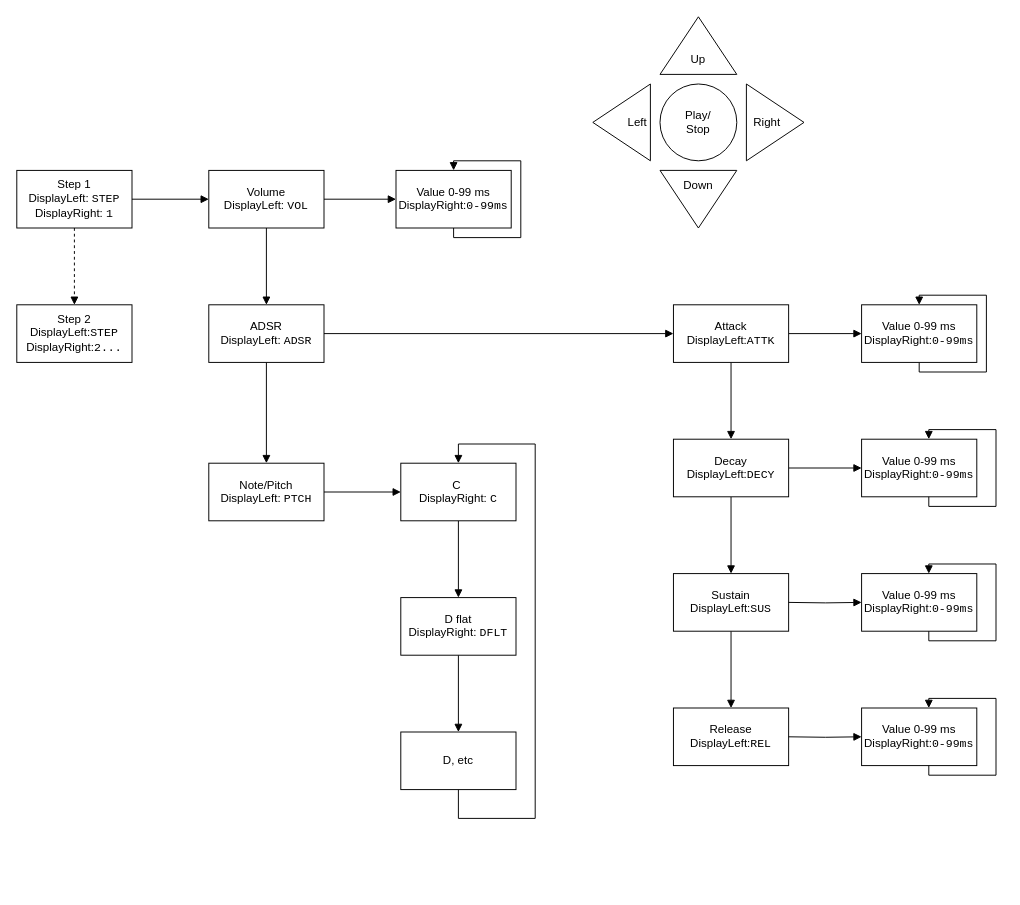
Earlier version of the draw.io diagram menu-flowchart/menuflowchart.drawio (nathaniel-drechsler/16-Step-Sequencer). Source tidied: cells renumbered, new cells numbered last; positions are measured from the earlier drawing's top-left corner, leaving out a move shared by most shapes. Both pictures are drawn from the tidied source at 96%, with x=0, y=0 at pixel (16, 16).
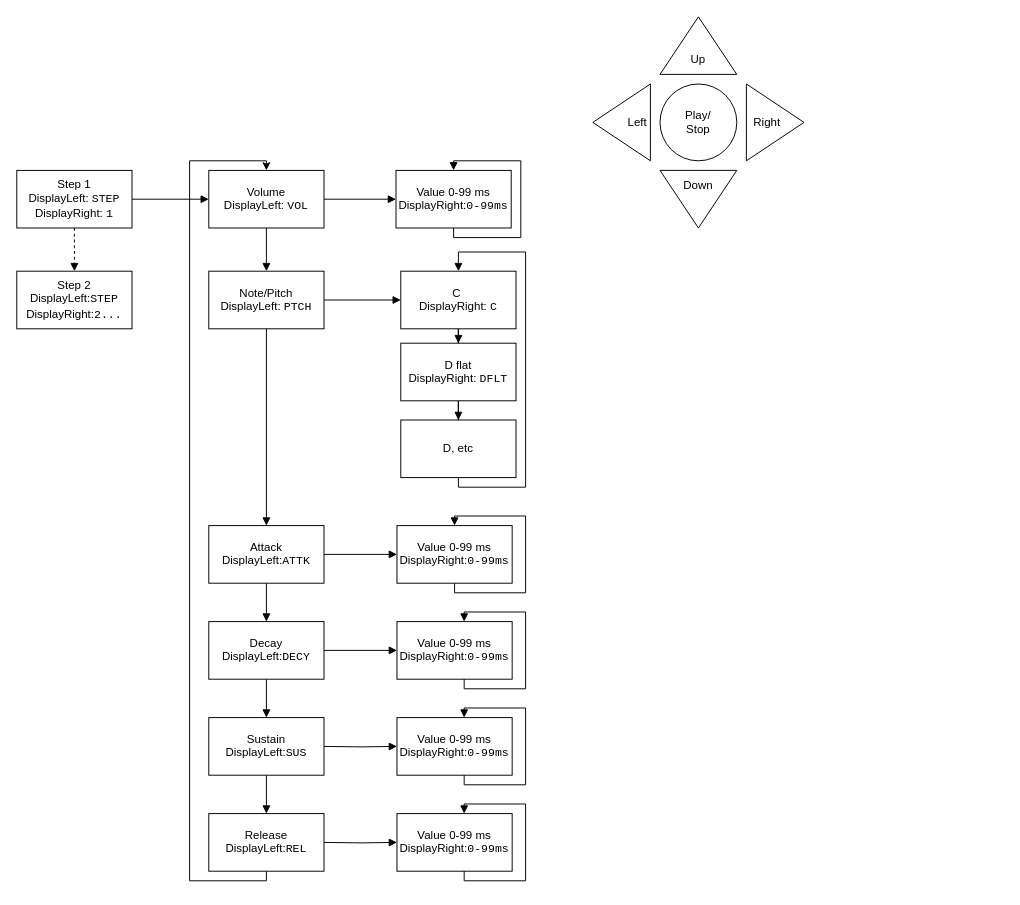
After the change.

Unchanged cells that the change refers to:
```xml
<mxCell id="7" value="Volume&lt;br&gt;DisplayLeft: &lt;font face=&quot;Courier New&quot;&gt;VOL&lt;/font&gt;&lt;br&gt;" style="rounded=0;whiteSpace=wrap;html=1;" parent="1" vertex="1">
  <mxGeometry x="200" y="160" width="120" height="60" as="geometry" />
</mxCell>
```

What changed in the source:
```diff
@@
-    <mxCell id="5" style="edgeStyle=orthogonalEdgeStyle;rounded=0;jettySize=auto;html=1;startArrow=none;startFill=0;endArrow=block;endFill=1;" parent="1" edge="1" source="7" target="10">
+    <mxCell id="5" style="edgeStyle=orthogonalEdgeStyle;rounded=0;jettySize=auto;html=1;startArrow=none;startFill=0;endArrow=block;endFill=1;entryX=0.5;entryY=0;entryDx=0;entryDy=0;" parent="1" edge="1" source="7" target="23">
       <mxGeometry relative="1" as="geometry" />
     </mxCell>
@@
-    <mxCell id="8" style="edgeStyle=orthogonalEdgeStyle;rounded=0;jettySize=auto;html=1;startArrow=none;startFill=0;endArrow=block;endFill=1;" parent="1" edge="1" source="10" target="23">
-      <mxGeometry relative="1" as="geometry" />
-    </mxCell>
-    <mxCell id="9" style="edgeStyle=orthogonalEdgeStyle;rounded=0;jettySize=auto;html=1;startArrow=none;startFill=0;endArrow=block;endFill=1;" parent="1" edge="1" source="10" target="13">
-      <mxGeometry relative="1" as="geometry" />
-    </mxCell>
-    <mxCell id="10" value="ADSR&lt;br&gt;DisplayLeft: &lt;font face=&quot;Courier New&quot;&gt;ADSR&lt;/font&gt;&lt;br&gt;" style="rounded=0;whiteSpace=wrap;html=1;" parent="1" vertex="1">
-      <mxGeometry x="200" y="300" width="120" height="60" as="geometry" />
-    </mxCell>
-    <mxCell id="11" style="edgeStyle=orthogonalEdgeStyle;rounded=0;jettySize=auto;html=1;startArrow=none;startFill=0;endArrow=block;endFill=1;" parent="1" edge="1" source="13" target="18">
-      <mxGeometry relative="1" as="geometry" />
-    </mxCell>
-    <mxCell id="12" style="edgeStyle=orthogonalEdgeStyle;rounded=0;jettySize=auto;html=1;startArrow=none;startFill=0;endArrow=block;endFill=1;" parent="1" edge="1" source="13" target="15">
-      <mxGeometry relative="1" as="geometry" />
-    </mxCell>
-    <mxCell id="13" value="Attack&lt;br&gt;DisplayLeft:&lt;font face=&quot;Courier New&quot;&gt;ATTK&lt;/font&gt;&lt;br&gt;" style="rounded=0;whiteSpace=wrap;html=1;" parent="1" vertex="1">
-      <mxGeometry x="684" y="300" width="120" height="60" as="geometry" />
-    </mxCell>
-    <mxCell id="14" style="edgeStyle=orthogonalEdgeStyle;rounded=0;orthogonalLoop=1;jettySize=auto;html=1;exitX=0.5;exitY=1;exitDx=0;exitDy=0;startArrow=none;startFill=0;endArrow=block;endFill=1;entryX=0.5;entryY=0;entryDx=0;entryDy=0;" parent="1" edge="1" source="15" target="15">
-      <mxGeometry relative="1" as="geometry">
-        <Array as="points">
-          <mxPoint x="940" y="370" />
-          <mxPoint x="1010" y="370" />
-          <mxPoint x="1010" y="290" />
-          <mxPoint x="940" y="290" />
-        </Array>
-      </mxGeometry>
-    </mxCell>
-    <mxCell id="15" value="Value 0-99 ms&lt;br&gt;DisplayRight:&lt;font face=&quot;Courier New&quot;&gt;0-99ms&lt;/font&gt;&lt;br&gt;" style="rounded=0;whiteSpace=wrap;html=1;" parent="1" vertex="1">
-      <mxGeometry x="880" y="300" width="120" height="60" as="geometry" />
-    </mxCell>
-    <mxCell id="16" style="edgeStyle=orthogonalEdgeStyle;rounded=0;jettySize=auto;html=1;startArrow=none;startFill=0;endArrow=block;endFill=1;" parent="1" edge="1" source="18" target="20">
-      <mxGeometry relative="1" as="geometry" />
-    </mxCell>
-    <mxCell id="17" style="edgeStyle=orthogonalEdgeStyle;rounded=0;jettySize=auto;html=1;startArrow=none;startFill=0;endArrow=block;endFill=1;entryX=0;entryY=0.5;entryDx=0;entryDy=0;" parent="1" edge="1" source="18" target="31">
-      <mxGeometry relative="1" as="geometry" />
-    </mxCell>
-    <mxCell id="18" value="Decay&lt;br&gt;DisplayLeft:&lt;font face=&quot;Courier New&quot;&gt;DECY&lt;/font&gt;&lt;br&gt;" style="rounded=0;whiteSpace=wrap;html=1;" parent="1" vertex="1">
-      <mxGeometry x="684" y="440" width="120" height="60" as="geometry" />
-    </mxCell>
-    <mxCell id="19" style="edgeStyle=orthogonalEdgeStyle;rounded=0;jettySize=auto;html=1;startArrow=none;startFill=0;endArrow=block;endFill=1;" parent="1" edge="1" source="20" target="21">
-      <mxGeometry relative="1" as="geometry" />
-    </mxCell>
-    <mxCell id="20" value="Sustain&lt;br&gt;DisplayLeft:&lt;font face=&quot;Courier New&quot;&gt;SUS&lt;/font&gt;&lt;br&gt;" style="rounded=0;whiteSpace=wrap;html=1;" parent="1" vertex="1">
-      <mxGeometry x="684" y="580" width="120" height="60" as="geometry" />
-    </mxCell>
-    <mxCell id="21" value="Release&lt;br&gt;DisplayLeft:&lt;font face=&quot;Courier New&quot;&gt;REL&lt;/font&gt;&lt;br&gt;" style="rounded=0;whiteSpace=wrap;html=1;" parent="1" vertex="1">
-      <mxGeometry x="684" y="720" width="120" height="60" as="geometry" />
-    </mxCell>
@@
     <mxCell id="23" value="Note/Pitch&lt;br&gt;DisplayLeft: &lt;font face=&quot;Courier New&quot;&gt;PTCH&lt;/font&gt;&lt;br&gt;" style="rounded=0;whiteSpace=wrap;html=1;" parent="1" vertex="1">
-      <mxGeometry x="200" y="465" width="120" height="60" as="geometry" />
+      <mxGeometry x="200" y="265" width="120" height="60" as="geometry" />
     </mxCell>
@@
     <mxCell id="25" value="C&amp;nbsp;&lt;br&gt;DisplayRight: &lt;font face=&quot;Courier New&quot;&gt;C&lt;/font&gt;" style="rounded=0;whiteSpace=wrap;html=1;" parent="1" vertex="1">
-      <mxGeometry x="400" y="465" width="120" height="60" as="geometry" />
+      <mxGeometry x="400" y="265" width="120" height="60" as="geometry" />
     </mxCell>
@@
     <mxCell id="27" value="D flat&lt;br&gt;DisplayRight: &lt;font face=&quot;Courier New&quot;&gt;DFLT&lt;/font&gt;&lt;br&gt;" style="rounded=0;whiteSpace=wrap;html=1;" parent="1" vertex="1">
-      <mxGeometry x="400" y="605" width="120" height="60" as="geometry" />
+      <mxGeometry x="400" y="340" width="120" height="60" as="geometry" />
     </mxCell>
     <mxCell id="28" style="edgeStyle=orthogonalEdgeStyle;rounded=0;jettySize=auto;html=1;startArrow=none;startFill=0;endArrow=block;endFill=1;entryX=0.5;entryY=0;entryDx=0;entryDy=0;" parent="1" edge="1" source="29" target="25">
       <mxGeometry relative="1" as="geometry">
         <Array as="points">
-          <mxPoint x="460" y="835" />
-          <mxPoint x="540" y="835" />
-          <mxPoint x="540" y="445" />
-          <mxPoint x="460" y="445" />
+          <mxPoint x="460" y="490" />
+          <mxPoint x="530" y="490" />
+          <mxPoint x="530" y="245" />
+          <mxPoint x="460" y="245" />
         </Array>
       </mxGeometry>
     </mxCell>
     <mxCell id="29" value="D, etc&lt;br&gt;" style="rounded=0;whiteSpace=wrap;html=1;" parent="1" vertex="1">
-      <mxGeometry x="400" y="745" width="120" height="60" as="geometry" />
+      <mxGeometry x="400" y="420" width="120" height="60" as="geometry" />
     </mxCell>
     <mxCell id="30" value="Step 2&lt;br&gt;DisplayLeft:&lt;font face=&quot;Courier New&quot;&gt;STEP&lt;/font&gt;&lt;br&gt;DisplayRight:&lt;font face=&quot;Courier New&quot;&gt;2...&lt;/font&gt;&lt;br&gt;" style="rounded=0;whiteSpace=wrap;html=1;" parent="1" vertex="1">
-      <mxGeometry y="300" width="120" height="60" as="geometry" />
+      <mxGeometry y="265" width="120" height="60" as="geometry" />
     </mxCell>
-    <mxCell id="31" value="Value 0-99 ms&lt;br&gt;DisplayRight:&lt;font face=&quot;Courier New&quot;&gt;0-99ms&lt;/font&gt;&lt;br&gt;" style="rounded=0;whiteSpace=wrap;html=1;" parent="1" vertex="1">
-      <mxGeometry x="880" y="440" width="120" height="60" as="geometry" />
-    </mxCell>
-    <mxCell id="32" style="edgeStyle=orthogonalEdgeStyle;rounded=0;jettySize=auto;html=1;startArrow=none;startFill=0;endArrow=block;endFill=1;" parent="1" edge="1" target="33">
-      <mxGeometry relative="1" as="geometry">
-        <mxPoint x="804" y="610" as="sourcePoint" />
-      </mxGeometry>
-    </mxCell>
-    <mxCell id="33" value="Value 0-99 ms&lt;br&gt;DisplayRight:&lt;font face=&quot;Courier New&quot;&gt;0-99ms&lt;/font&gt;&lt;br&gt;" style="rounded=0;whiteSpace=wrap;html=1;" parent="1" vertex="1">
-      <mxGeometry x="880" y="580" width="120" height="60" as="geometry" />
-    </mxCell>
-    <mxCell id="34" style="edgeStyle=orthogonalEdgeStyle;rounded=0;jettySize=auto;html=1;startArrow=none;startFill=0;endArrow=block;endFill=1;entryX=0;entryY=0.5;entryDx=0;entryDy=0;" parent="1" edge="1" target="35">
-      <mxGeometry relative="1" as="geometry">
-        <mxPoint x="804" y="750" as="sourcePoint" />
-      </mxGeometry>
-    </mxCell>
-    <mxCell id="35" value="Value 0-99 ms&lt;br&gt;DisplayRight:&lt;font face=&quot;Courier New&quot;&gt;0-99ms&lt;/font&gt;&lt;br&gt;" style="rounded=0;whiteSpace=wrap;html=1;" parent="1" vertex="1">
-      <mxGeometry x="880" y="720" width="120" height="60" as="geometry" />
-    </mxCell>
-    <mxCell id="36" style="edgeStyle=orthogonalEdgeStyle;rounded=0;orthogonalLoop=1;jettySize=auto;html=1;exitX=0.5;exitY=1;exitDx=0;exitDy=0;startArrow=none;startFill=0;endArrow=block;endFill=1;entryX=0.5;entryY=0;entryDx=0;entryDy=0;" parent="1" edge="1">
-      <mxGeometry relative="1" as="geometry">
-        <mxPoint x="950" y="500" as="sourcePoint" />
-        <mxPoint x="950" y="440" as="targetPoint" />
-        <Array as="points">
-          <mxPoint x="950" y="510" />
-          <mxPoint x="1020" y="510" />
-          <mxPoint x="1020" y="430" />
-          <mxPoint x="950" y="430" />
-        </Array>
-      </mxGeometry>
-    </mxCell>
-    <mxCell id="37" style="edgeStyle=orthogonalEdgeStyle;rounded=0;orthogonalLoop=1;jettySize=auto;html=1;exitX=0.5;exitY=1;exitDx=0;exitDy=0;startArrow=none;startFill=0;endArrow=block;endFill=1;entryX=0.5;entryY=0;entryDx=0;entryDy=0;" parent="1" edge="1">
-      <mxGeometry relative="1" as="geometry">
-        <mxPoint x="950" y="640" as="sourcePoint" />
-        <mxPoint x="950" y="580" as="targetPoint" />
-        <Array as="points">
-          <mxPoint x="950" y="650" />
-          <mxPoint x="1020" y="650" />
-          <mxPoint x="1020" y="570" />
-          <mxPoint x="950" y="570" />
-        </Array>
-      </mxGeometry>
-    </mxCell>
-    <mxCell id="38" style="edgeStyle=orthogonalEdgeStyle;rounded=0;orthogonalLoop=1;jettySize=auto;html=1;exitX=0.5;exitY=1;exitDx=0;exitDy=0;startArrow=none;startFill=0;endArrow=block;endFill=1;entryX=0.5;entryY=0;entryDx=0;entryDy=0;" parent="1" edge="1">
-      <mxGeometry relative="1" as="geometry">
-        <mxPoint x="950" y="780" as="sourcePoint" />
-        <mxPoint x="950" y="720" as="targetPoint" />
-        <Array as="points">
-          <mxPoint x="950" y="790" />
-          <mxPoint x="1020" y="790" />
-          <mxPoint x="1020" y="710" />
-          <mxPoint x="950" y="710" />
-        </Array>
-      </mxGeometry>
-    </mxCell>
@@
+    <mxCell id="11" style="edgeStyle=orthogonalEdgeStyle;rounded=0;jettySize=auto;html=1;startArrow=none;startFill=0;endArrow=block;endFill=1;" parent="1" edge="1" source="13" target="18">
+      <mxGeometry relative="1" as="geometry" />
+    </mxCell>
+    <mxCell id="46" style="edgeStyle=orthogonalEdgeStyle;rounded=0;jettySize=auto;html=1;startArrow=none;startFill=0;endArrow=block;endFill=1;" parent="1" edge="1" source="13" target="48">
+      <mxGeometry relative="1" as="geometry" />
+    </mxCell>
+    <mxCell id="13" value="Attack&lt;br&gt;DisplayLeft:&lt;font face=&quot;Courier New&quot;&gt;ATTK&lt;/font&gt;&lt;br&gt;" style="rounded=0;whiteSpace=wrap;html=1;" parent="1" vertex="1">
+      <mxGeometry x="200" y="530" width="120" height="60" as="geometry" />
+    </mxCell>
+    <mxCell id="47" style="edgeStyle=orthogonalEdgeStyle;rounded=0;orthogonalLoop=1;jettySize=auto;html=1;exitX=0.5;exitY=1;exitDx=0;exitDy=0;startArrow=none;startFill=0;endArrow=block;endFill=1;entryX=0.5;entryY=0;entryDx=0;entryDy=0;" parent="1" edge="1" source="48" target="48">
+      <mxGeometry relative="1" as="geometry">
+        <Array as="points">
+          <mxPoint x="456" y="600" />
+          <mxPoint x="530" y="600" />
+          <mxPoint x="530" y="520" />
+          <mxPoint x="456" y="520" />
+        </Array>
+      </mxGeometry>
+    </mxCell>
+    <mxCell id="48" value="Value 0-99 ms&lt;br&gt;DisplayRight:&lt;font face=&quot;Courier New&quot;&gt;0-99ms&lt;/font&gt;&lt;br&gt;" style="rounded=0;whiteSpace=wrap;html=1;" parent="1" vertex="1">
+      <mxGeometry x="396" y="530" width="120" height="60" as="geometry" />
+    </mxCell>
+    <mxCell id="16" style="edgeStyle=orthogonalEdgeStyle;rounded=0;jettySize=auto;html=1;startArrow=none;startFill=0;endArrow=block;endFill=1;" parent="1" edge="1" source="18" target="20">
+      <mxGeometry relative="1" as="geometry" />
+    </mxCell>
+    <mxCell id="49" style="edgeStyle=orthogonalEdgeStyle;rounded=0;jettySize=auto;html=1;startArrow=none;startFill=0;endArrow=block;endFill=1;entryX=0;entryY=0.5;entryDx=0;entryDy=0;" parent="1" edge="1" source="18" target="51">
+      <mxGeometry relative="1" as="geometry" />
+    </mxCell>
+    <mxCell id="18" value="Decay&lt;br&gt;DisplayLeft:&lt;font face=&quot;Courier New&quot;&gt;DECY&lt;/font&gt;&lt;br&gt;" style="rounded=0;whiteSpace=wrap;html=1;" parent="1" vertex="1">
+      <mxGeometry x="200" y="630" width="120" height="60" as="geometry" />
+    </mxCell>
+    <mxCell id="19" style="edgeStyle=orthogonalEdgeStyle;rounded=0;jettySize=auto;html=1;startArrow=none;startFill=0;endArrow=block;endFill=1;" parent="1" edge="1" source="20" target="21">
+      <mxGeometry relative="1" as="geometry" />
+    </mxCell>
+    <mxCell id="20" value="Sustain&lt;br&gt;DisplayLeft:&lt;font face=&quot;Courier New&quot;&gt;SUS&lt;/font&gt;&lt;br&gt;" style="rounded=0;whiteSpace=wrap;html=1;" parent="1" vertex="1">
+      <mxGeometry x="200" y="730" width="120" height="60" as="geometry" />
+    </mxCell>
+    <mxCell id="50" style="edgeStyle=orthogonalEdgeStyle;rounded=0;jettySize=auto;html=1;entryX=0.5;entryY=0;entryDx=0;entryDy=0;" parent="1" edge="1" source="21" target="7">
+      <mxGeometry relative="1" as="geometry">
+        <Array as="points">
+          <mxPoint x="260" y="900" />
+          <mxPoint x="180" y="900" />
+          <mxPoint x="180" y="150" />
+          <mxPoint x="260" y="150" />
+        </Array>
+      </mxGeometry>
+    </mxCell>
+    <mxCell id="21" value="Release&lt;br&gt;DisplayLeft:&lt;font face=&quot;Courier New&quot;&gt;REL&lt;/font&gt;&lt;br&gt;" style="rounded=0;whiteSpace=wrap;html=1;" parent="1" vertex="1">
+      <mxGeometry x="200" y="830" width="120" height="60" as="geometry" />
+    </mxCell>
+    <mxCell id="51" value="Value 0-99 ms&lt;br&gt;DisplayRight:&lt;font face=&quot;Courier New&quot;&gt;0-99ms&lt;/font&gt;&lt;br&gt;" style="rounded=0;whiteSpace=wrap;html=1;" parent="1" vertex="1">
+      <mxGeometry x="396" y="630" width="120" height="60" as="geometry" />
+    </mxCell>
+    <mxCell id="52" style="edgeStyle=orthogonalEdgeStyle;rounded=0;jettySize=auto;html=1;startArrow=none;startFill=0;endArrow=block;endFill=1;" parent="1" edge="1" target="53">
+      <mxGeometry relative="1" as="geometry">
+        <mxPoint x="320" y="760" as="sourcePoint" />
+      </mxGeometry>
+    </mxCell>
+    <mxCell id="53" value="Value 0-99 ms&lt;br&gt;DisplayRight:&lt;font face=&quot;Courier New&quot;&gt;0-99ms&lt;/font&gt;&lt;br&gt;" style="rounded=0;whiteSpace=wrap;html=1;" parent="1" vertex="1">
+      <mxGeometry x="396" y="730" width="120" height="60" as="geometry" />
+    </mxCell>
+    <mxCell id="54" style="edgeStyle=orthogonalEdgeStyle;rounded=0;jettySize=auto;html=1;startArrow=none;startFill=0;endArrow=block;endFill=1;entryX=0;entryY=0.5;entryDx=0;entryDy=0;" parent="1" edge="1" target="55">
+      <mxGeometry relative="1" as="geometry">
+        <mxPoint x="320" y="860" as="sourcePoint" />
+      </mxGeometry>
+    </mxCell>
+    <mxCell id="55" value="Value 0-99 ms&lt;br&gt;DisplayRight:&lt;font face=&quot;Courier New&quot;&gt;0-99ms&lt;/font&gt;&lt;br&gt;" style="rounded=0;whiteSpace=wrap;html=1;" parent="1" vertex="1">
+      <mxGeometry x="396" y="830" width="120" height="60" as="geometry" />
+    </mxCell>
+    <mxCell id="56" style="edgeStyle=orthogonalEdgeStyle;rounded=0;orthogonalLoop=1;jettySize=auto;html=1;exitX=0.5;exitY=1;exitDx=0;exitDy=0;startArrow=none;startFill=0;endArrow=block;endFill=1;entryX=0.5;entryY=0;entryDx=0;entryDy=0;" parent="1" edge="1">
+      <mxGeometry relative="1" as="geometry">
+        <mxPoint x="466" y="690" as="sourcePoint" />
+        <mxPoint x="466" y="630" as="targetPoint" />
+        <Array as="points">
+          <mxPoint x="466" y="700" />
+          <mxPoint x="530" y="700" />
+          <mxPoint x="530" y="620" />
+          <mxPoint x="466" y="620" />
+        </Array>
+      </mxGeometry>
+    </mxCell>
+    <mxCell id="57" style="edgeStyle=orthogonalEdgeStyle;rounded=0;orthogonalLoop=1;jettySize=auto;html=1;exitX=0.5;exitY=1;exitDx=0;exitDy=0;startArrow=none;startFill=0;endArrow=block;endFill=1;entryX=0.5;entryY=0;entryDx=0;entryDy=0;" parent="1" edge="1">
+      <mxGeometry relative="1" as="geometry">
+        <mxPoint x="466" y="790" as="sourcePoint" />
+        <mxPoint x="466" y="730" as="targetPoint" />
+        <Array as="points">
+          <mxPoint x="466" y="800" />
+          <mxPoint x="530" y="800" />
+          <mxPoint x="530" y="720" />
+          <mxPoint x="466" y="720" />
+        </Array>
+      </mxGeometry>
+    </mxCell>
+    <mxCell id="58" style="edgeStyle=orthogonalEdgeStyle;rounded=0;orthogonalLoop=1;jettySize=auto;html=1;exitX=0.5;exitY=1;exitDx=0;exitDy=0;startArrow=none;startFill=0;endArrow=block;endFill=1;entryX=0.5;entryY=0;entryDx=0;entryDy=0;" parent="1" edge="1">
+      <mxGeometry relative="1" as="geometry">
+        <mxPoint x="466" y="890" as="sourcePoint" />
+        <mxPoint x="466" y="830" as="targetPoint" />
+        <Array as="points">
+          <mxPoint x="466" y="900" />
+          <mxPoint x="530" y="900" />
+          <mxPoint x="530" y="820" />
+          <mxPoint x="466" y="820" />
+        </Array>
+      </mxGeometry>
+    </mxCell>
+    <mxCell id="59" style="edgeStyle=orthogonalEdgeStyle;rounded=0;jettySize=auto;html=1;startArrow=none;startFill=0;endArrow=block;endFill=1;entryX=0.5;entryY=0;entryDx=0;entryDy=0;exitX=0.5;exitY=1;exitDx=0;exitDy=0;" parent="1" edge="1" source="23" target="13">
+      <mxGeometry relative="1" as="geometry" />
+    </mxCell>
```
